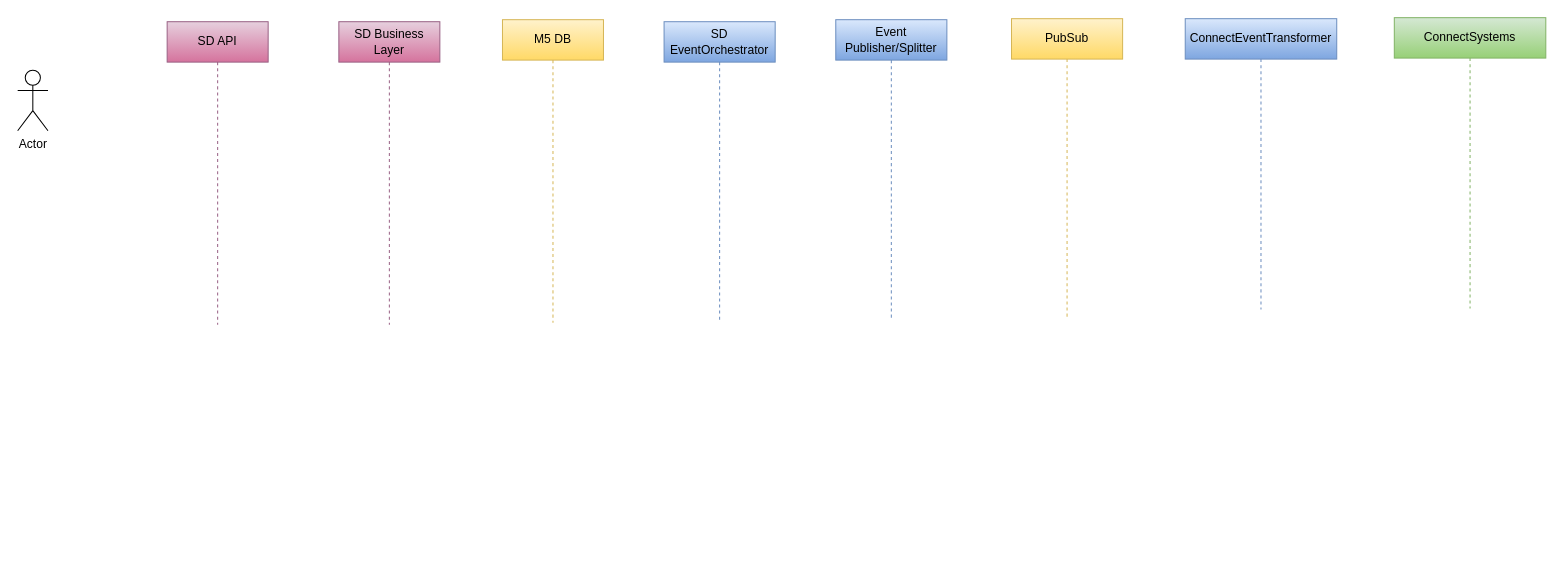
Above: TenantSequence.drawio in srinivaspuranamhyd/arc-diagrams (draw.io), before the change. Source tidied: cells renumbered, new cells numbered last; positions are measured from the earlier drawing's top-left corner, leaving out a move shared by most shapes. Both pictures are drawn from the tidied source at 101%, with x=0, y=0 at pixel (17, 17).
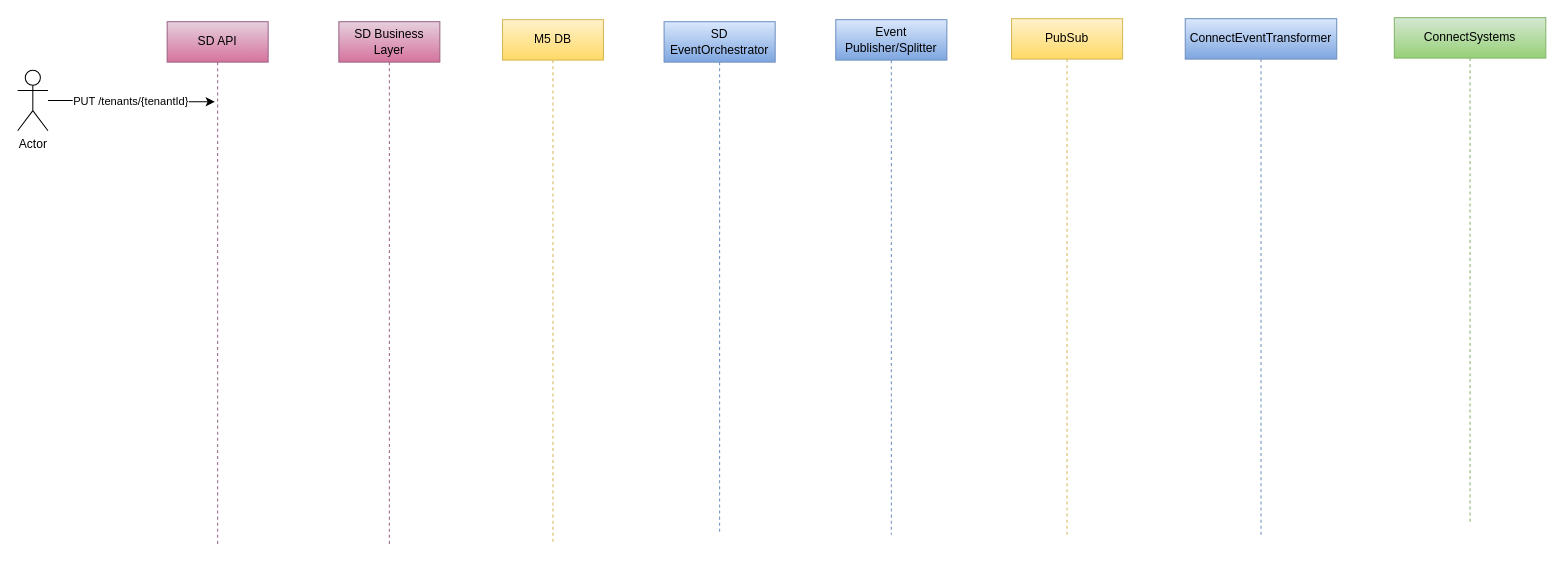
After the change.

Change to the diagram source:
```diff
@@
 <mxGraphModel>
   <root>
     <mxCell id="0" />
     <mxCell id="1" parent="0" />
     <mxCell id="2" value="SD API" style="shape=umlLifeline;perimeter=lifelinePerimeter;whiteSpace=wrap;html=1;outlineConnect=0;gradientColor=#d5739d;fillColor=#e6d0de;strokeColor=#996185;" parent="1" vertex="1">
-      <mxGeometry x="148" y="4" width="100" height="300" as="geometry" />
+      <mxGeometry x="148" y="4" width="100" height="518" as="geometry" />
     </mxCell>
     <mxCell id="3" value="SD Business Layer" style="shape=umlLifeline;perimeter=lifelinePerimeter;whiteSpace=wrap;html=1;gradientColor=#d5739d;fillColor=#e6d0de;strokeColor=#996185;" parent="1" vertex="1">
-      <mxGeometry x="318" y="4" width="100" height="300" as="geometry" />
+      <mxGeometry x="318" y="4" width="100" height="518" as="geometry" />
     </mxCell>
     <mxCell id="4" value="SD EventOrchestrator" style="shape=umlLifeline;perimeter=lifelinePerimeter;whiteSpace=wrap;html=1;gradientColor=#7ea6e0;fillColor=#dae8fc;strokeColor=#6c8ebf;" parent="1" vertex="1">
-      <mxGeometry x="640" y="4" width="110" height="298" as="geometry" />
+      <mxGeometry x="640" y="4" width="110" height="508" as="geometry" />
     </mxCell>
     <mxCell id="5" value="Event Publisher/Splitter" style="shape=umlLifeline;perimeter=lifelinePerimeter;whiteSpace=wrap;html=1;gradientColor=#7ea6e0;fillColor=#dae8fc;strokeColor=#6c8ebf;" parent="1" vertex="1">
-      <mxGeometry x="810" y="2" width="110" height="298" as="geometry" />
+      <mxGeometry x="810" y="2" width="110" height="510" as="geometry" />
     </mxCell>
     <mxCell id="6" value="PubSub" style="shape=umlLifeline;perimeter=lifelinePerimeter;whiteSpace=wrap;html=1;gradientColor=#ffd966;fillColor=#fff2cc;strokeColor=#d6b656;" parent="1" vertex="1">
-      <mxGeometry x="984" y="1" width="110" height="298" as="geometry" />
+      <mxGeometry x="984" y="1" width="110" height="511" as="geometry" />
     </mxCell>
     <mxCell id="7" value="ConnectEventTransformer" style="shape=umlLifeline;perimeter=lifelinePerimeter;whiteSpace=wrap;html=1;gradientColor=#7ea6e0;fillColor=#dae8fc;strokeColor=#6c8ebf;" parent="1" vertex="1">
-      <mxGeometry x="1156" y="1" width="150" height="288" as="geometry" />
+      <mxGeometry x="1156" y="1" width="150" height="511" as="geometry" />
     </mxCell>
     <mxCell id="8" value="ConnectSystems" style="shape=umlLifeline;perimeter=lifelinePerimeter;whiteSpace=wrap;html=1;gradientColor=#97d077;fillColor=#d5e8d4;strokeColor=#82b366;" parent="1" vertex="1">
-      <mxGeometry x="1363" width="150" height="288" as="geometry" />
+      <mxGeometry x="1363" width="150" height="502" as="geometry" />
     </mxCell>
     <mxCell id="9" value="M5 DB" style="shape=umlLifeline;perimeter=lifelinePerimeter;whiteSpace=wrap;html=1;gradientColor=#ffd966;fillColor=#fff2cc;strokeColor=#d6b656;" parent="1" vertex="1">
-      <mxGeometry x="480" y="2" width="100" height="300" as="geometry" />
+      <mxGeometry x="480" y="2" width="100" height="520" as="geometry" />
     </mxCell>
+    <mxCell id="11" value="PUT /tenants/{tenantId}" style="edgeStyle=orthogonalEdgeStyle;rounded=0;jettySize=auto;html=1;entryX=0.471;entryY=0.153;entryDx=0;entryDy=0;entryPerimeter=0;" parent="1" edge="1" source="10" target="2">
+      <mxGeometry relative="1" as="geometry" />
+    </mxCell>
     <mxCell id="10" value="Actor" style="shape=umlActor;verticalLabelPosition=bottom;verticalAlign=top;html=1;" parent="1" vertex="1">
       <mxGeometry y="52" width="30" height="60" as="geometry" />
     </mxCell>
   </root>
 </mxGraphModel>
```
